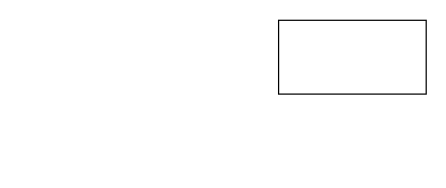
Above: 未命名绘图.drawio in leeqiang250/test (draw.io), before the change. Source tidied: cells renumbered, new cells numbered last; positions are measured from the earlier drawing's top-left corner, leaving out a move shared by most shapes. Both pictures are drawn from the tidied source at 123%, with x=0, y=0 at pixel (278, 20).
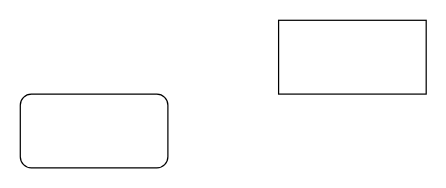
The same page after the edit.

Commit message:
更新未命名绘图.drawio

The edit, as a diff of the source:
```diff
@@
 <mxGraphModel>
   <root>
     <mxCell id="0" />
     <mxCell id="1" parent="0" />
     <mxCell id="2" style="rounded=0;whiteSpace=wrap;html=1;" parent="1" vertex="1">
       <mxGeometry width="120" height="60" as="geometry" />
     </mxCell>
+    <mxCell id="3" style="rounded=1;whiteSpace=wrap;html=1;" parent="1" vertex="1">
+      <mxGeometry x="-210" y="60" width="120" height="60" as="geometry" />
+    </mxCell>
   </root>
 </mxGraphModel>
```
